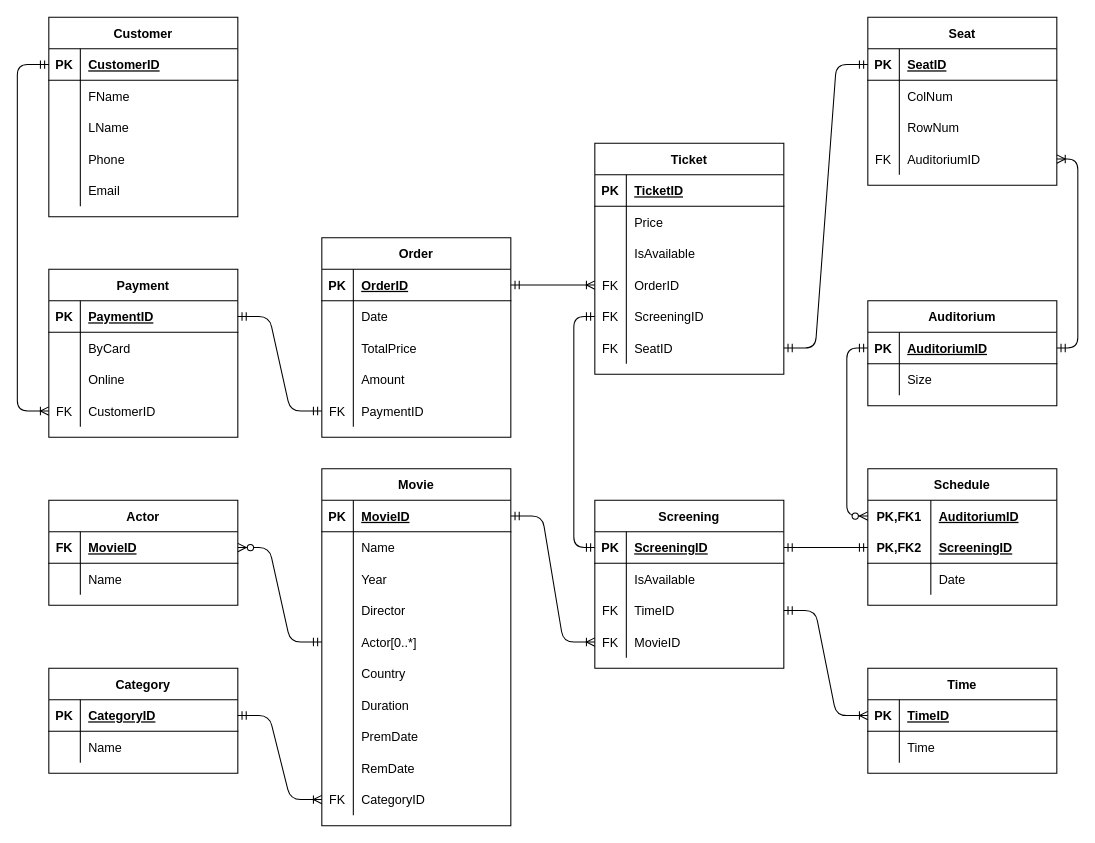
iirtrtrt/CinDB keeps this draw.io diagram as DB_logical.drawio. Above is the earlier version. Source tidied: cells renumbered, new cells numbered last; positions are measured from the earlier drawing's top-left corner, leaving out a move shared by most shapes. Both pictures are drawn from the tidied source at 105%, with x=0, y=0 at pixel (17, 17).
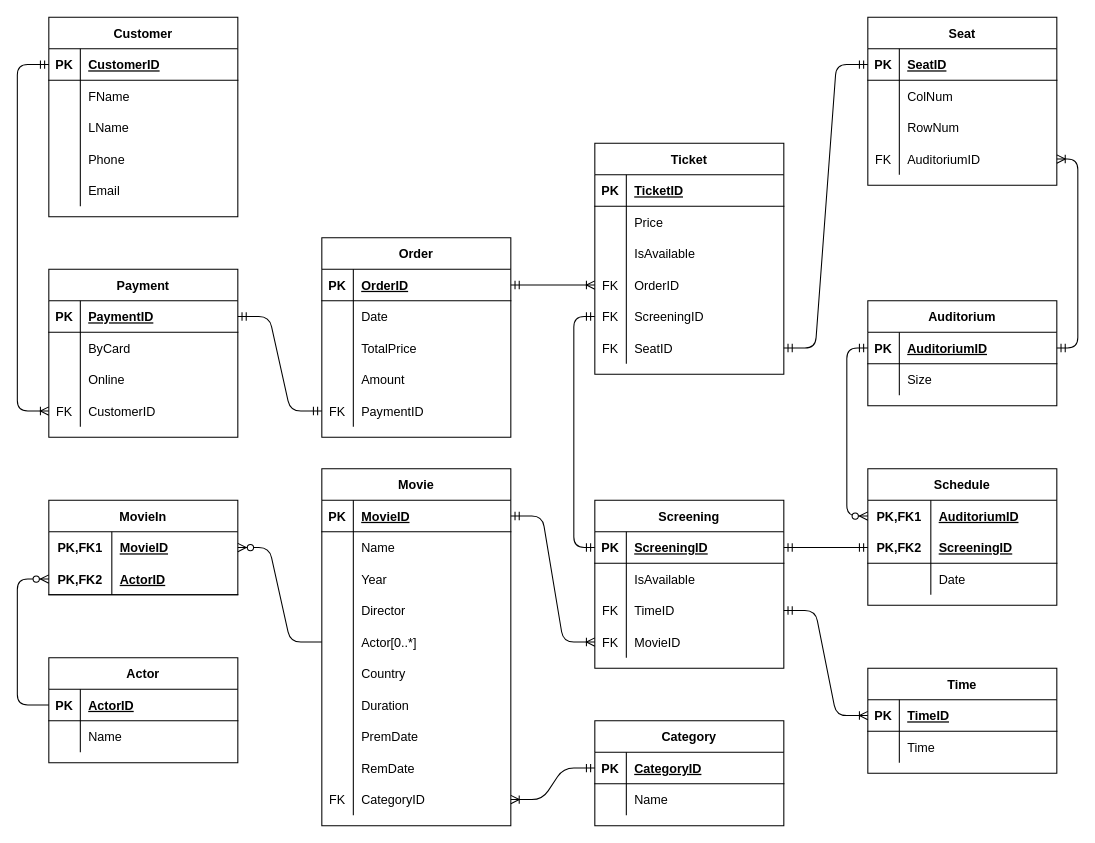
The same page after the edit.

Unchanged cells that the change refers to:
```xml
<mxCell id="76" style="shape=partialRectangle;fillColor=none;top=0;left=0;bottom=0;right=0;points=[[0,0.5],[1,0.5]];portConstraint=eastwest;" parent="63" vertex="1">
  <mxGeometry y="150" width="180" height="30" as="geometry" />
</mxCell>
<mxCell id="91" style="shape=partialRectangle;fillColor=none;top=0;left=0;bottom=0;right=0;points=[[0,0.5],[1,0.5]];portConstraint=eastwest;" parent="63" vertex="1">
  <mxGeometry y="300" width="180" height="30" as="geometry" />
</mxCell>
<mxCell id="115" style="shape=partialRectangle;fillColor=none;top=0;left=0;bottom=1;right=0;points=[[0,0.5],[1,0.5]];portConstraint=eastwest;" parent="114" vertex="1">
  <mxGeometry y="30" width="180" height="30" as="geometry" />
</mxCell>
<mxCell id="158" style="shape=partialRectangle;fillColor=none;top=0;left=0;bottom=1;right=0;points=[[0,0.5],[1,0.5]];portConstraint=eastwest;" parent="157" vertex="1">
  <mxGeometry y="30" width="180" height="30" as="geometry" />
</mxCell>
```

The edit, as a diff of the source:
```diff
@@
     <mxCell id="114" value="Category" style="shape=table;startSize=30;childLayout=tableLayout;rowLines=0;fontStyle=1;align=center;" parent="1" vertex="1">
-      <mxGeometry x="30" y="620" width="180" height="100" as="geometry" />
+      <mxGeometry x="550" y="670" width="180" height="100" as="geometry" />
     </mxCell>
@@
-    <mxCell id="151" style="edgeStyle=entityRelationEdgeStyle;fontSize=12;html=1;endArrow=ERoneToMany;startArrow=ERmandOne;exitX=1;exitY=0.5;exitDx=0;exitDy=0;entryX=0;entryY=0.5;entryDx=0;entryDy=0;" parent="1" edge="1" source="115" target="91">
+    <mxCell id="151" style="edgeStyle=entityRelationEdgeStyle;fontSize=12;html=1;endArrow=ERoneToMany;startArrow=ERmandOne;exitX=0;exitY=0.5;exitDx=0;exitDy=0;entryX=1;entryY=0.5;entryDx=0;entryDy=0;" parent="1" edge="1" source="115" target="91">
       <mxGeometry relative="1" as="geometry" />
     </mxCell>
@@
     <mxCell id="157" value="Actor" style="shape=table;startSize=30;childLayout=tableLayout;rowLines=0;fontStyle=1;align=center;" parent="1" vertex="1">
-      <mxGeometry x="30" y="460" width="180" height="100" as="geometry" />
+      <mxGeometry x="30" y="610" width="180" height="100" as="geometry" />
     </mxCell>
@@
-    <mxCell id="159" value="FK" style="shape=partialRectangle;fillColor=none;top=0;left=0;bottom=0;right=0;fontStyle=1;overflow=hidden;" parent="158" vertex="1">
+    <mxCell id="159" value="PK" style="shape=partialRectangle;fillColor=none;top=0;left=0;bottom=0;right=0;fontStyle=1;overflow=hidden;" parent="158" vertex="1">
       <mxGeometry width="30" height="30" as="geometry" />
     </mxCell>
-    <mxCell id="160" value="MovieID" style="shape=partialRectangle;fillColor=none;top=0;left=0;bottom=0;right=0;align=left;spacingLeft=6;fontStyle=5;overflow=hidden;" parent="158" vertex="1">
+    <mxCell id="160" value="ActorID" style="shape=partialRectangle;fillColor=none;top=0;left=0;bottom=0;right=0;align=left;spacingLeft=6;fontStyle=5;overflow=hidden;" parent="158" vertex="1">
       <mxGeometry x="30" width="150" height="30" as="geometry" />
     </mxCell>
@@
-    <mxCell id="164" style="edgeStyle=entityRelationEdgeStyle;fontSize=12;html=1;endArrow=ERmandOne;startArrow=ERzeroToMany;exitX=1;exitY=0.5;exitDx=0;exitDy=0;entryX=0;entryY=0.5;entryDx=0;entryDy=0;startFill=1;endFill=0;" parent="1" edge="1" source="158" target="76">
+    <mxCell id="164" style="edgeStyle=entityRelationEdgeStyle;fontSize=12;html=1;endArrow=none;startArrow=ERzeroToMany;exitX=1;exitY=0.5;exitDx=0;exitDy=0;entryX=0;entryY=0.5;entryDx=0;entryDy=0;startFill=1;endFill=0;" parent="1" edge="1" source="174" target="76">
       <mxGeometry relative="1" as="geometry" />
     </mxCell>
@@
+    <mxCell id="173" value="MovieIn" style="shape=table;startSize=30;childLayout=tableLayout;rowLines=0;fontStyle=1;align=center;" parent="1" vertex="1">
+      <mxGeometry x="30" y="460" width="180" height="90" as="geometry" />
+    </mxCell>
+    <mxCell id="174" style="shape=partialRectangle;fillColor=none;top=0;left=0;bottom=0;right=0;points=[[0,0.5],[1,0.5]];portConstraint=eastwest;" parent="173" vertex="1">
+      <mxGeometry y="30" width="180" height="30" as="geometry" />
+    </mxCell>
+    <mxCell id="175" value="PK,FK1" style="shape=partialRectangle;fillColor=none;top=0;left=0;bottom=0;right=0;fontStyle=1;overflow=hidden;" parent="174" vertex="1">
+      <mxGeometry width="60" height="30" as="geometry" />
+    </mxCell>
+    <mxCell id="176" value="MovieID" style="shape=partialRectangle;fillColor=none;top=0;left=0;bottom=0;right=0;align=left;spacingLeft=6;fontStyle=5;overflow=hidden;" parent="174" vertex="1">
+      <mxGeometry x="60" width="120" height="30" as="geometry" />
+    </mxCell>
+    <mxCell id="177" style="shape=partialRectangle;fillColor=none;top=0;left=0;bottom=1;right=0;points=[[0,0.5],[1,0.5]];portConstraint=eastwest;" parent="173" vertex="1">
+      <mxGeometry y="60" width="180" height="30" as="geometry" />
+    </mxCell>
+    <mxCell id="178" value="PK,FK2" style="shape=partialRectangle;fillColor=none;top=0;left=0;bottom=0;right=0;fontStyle=1;overflow=hidden;" parent="177" vertex="1">
+      <mxGeometry width="60" height="30" as="geometry" />
+    </mxCell>
+    <mxCell id="179" value="ActorID" style="shape=partialRectangle;fillColor=none;top=0;left=0;bottom=0;right=0;align=left;spacingLeft=6;fontStyle=5;overflow=hidden;" parent="177" vertex="1">
+      <mxGeometry x="60" width="120" height="30" as="geometry" />
+    </mxCell>
+    <mxCell id="180" style="edgeStyle=elbowEdgeStyle;fontSize=12;html=1;endArrow=none;startArrow=ERzeroToMany;exitX=0;exitY=0.5;exitDx=0;exitDy=0;entryX=0;entryY=0.5;entryDx=0;entryDy=0;startFill=1;endFill=0;" parent="1" edge="1" source="177" target="158">
+      <mxGeometry relative="1" as="geometry">
+        <Array as="points">
+          <mxPoint y="590" />
+        </Array>
+      </mxGeometry>
+    </mxCell>
```
